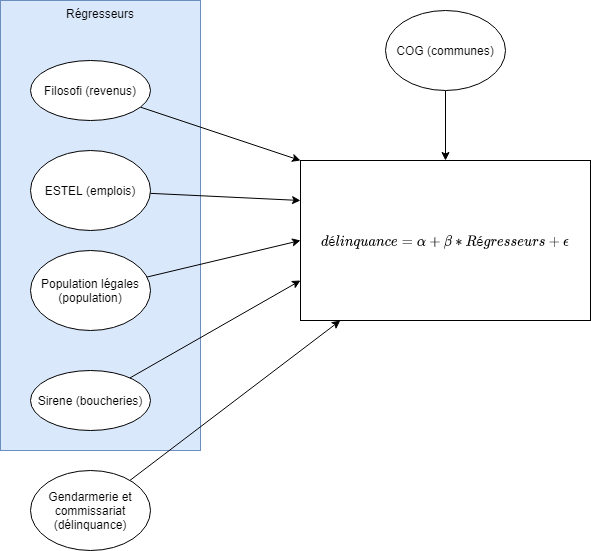
Above: sources.drawio.png in cthiounn/python-datascience-ENSAE-2A (draw.io), before the change. Source tidied: cells renumbered, new cells last; positions are measured from the earlier drawing's top-left corner, leaving out a move shared by most shapes.
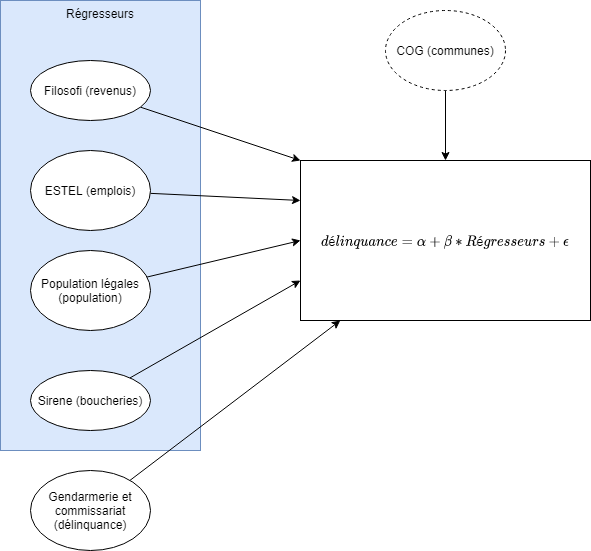
Later version of the same file.

Commit message:
schema modifié

The edit, as a diff of the source:
```diff
@@ -23,7 +23,7 @@
     <mxCell id="8" style="edgeStyle=none;rounded=0;jettySize=auto;html=1;entryX=0.5;entryY=0;entryDx=0;entryDy=0;" parent="1" edge="1" source="9" target="3">
       <mxGeometry relative="1" as="geometry" />
     </mxCell>
-    <mxCell id="9" value="COG (communes)" style="ellipse;whiteSpace=wrap;html=1;" parent="1" vertex="1">
+    <mxCell id="9" value="COG (communes)" style="ellipse;whiteSpace=wrap;html=1;dashed=1;" parent="1" vertex="1">
       <mxGeometry x="385" y="10" width="120" height="80" as="geometry" />
     </mxCell>
     <mxCell id="10" style="rounded=0;jettySize=auto;html=1;" parent="1" edge="1" source="11" target="3">
```
